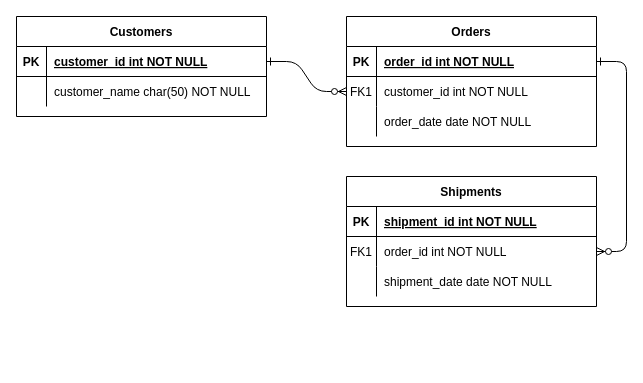
Earlier version of the draw.io diagram Documentation/Untitled Diagram.drawio (IvoRum/Ape_Beats). Source tidied: cells renumbered, new cells numbered last; positions are measured from the earlier drawing's top-left corner, leaving out a move shared by most shapes. Both pictures are drawn from the tidied source at 100%, with x=0, y=0 at pixel (16, 16).
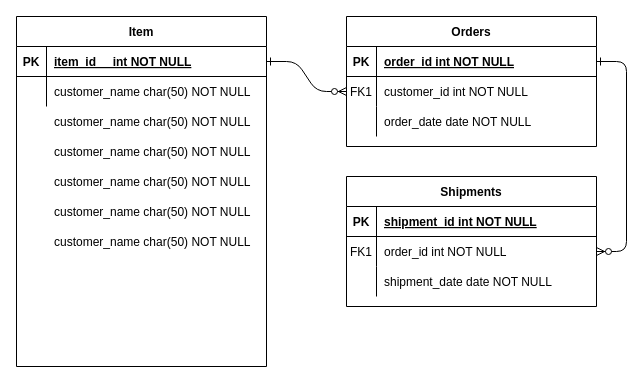
Above is the later version.

The change refers to these unchanged cells:
```xml
<mxCell id="25" style="shape=partialRectangle;fillColor=none;points=[[0,0.5],[1,0.5]];portConstraint=eastwest;top=0;left=0;right=0;bottom=1;" parent="24" vertex="1">
  <mxGeometry y="30" width="250" height="30" as="geometry" />
</mxCell>
```

What changed in the source:
```diff
@@
-    <mxCell id="24" value="Customers" style="shape=table;startSize=30;childLayout=tableLayout;rowLines=0;fontStyle=1;align=center;" parent="1" vertex="1">
-      <mxGeometry width="250" height="100" as="geometry" />
+    <mxCell id="24" value="Item" style="shape=table;startSize=30;childLayout=tableLayout;rowLines=0;fontStyle=1;align=center;" parent="1" vertex="1">
+      <mxGeometry width="250" height="350" as="geometry" />
     </mxCell>
@@
-    <mxCell id="27" value="customer_id int NOT NULL " style="shape=partialRectangle;overflow=hidden;fillColor=none;top=0;left=0;bottom=0;right=0;align=left;spacingLeft=6;fontStyle=5;" parent="25" vertex="1">
+    <mxCell id="27" value="item_id     int NOT NULL " style="shape=partialRectangle;overflow=hidden;fillColor=none;top=0;left=0;bottom=0;right=0;align=left;spacingLeft=6;fontStyle=5;" parent="25" vertex="1">
       <mxGeometry x="30" width="220" height="30" as="geometry" />
     </mxCell>
@@
+    <mxCell id="31" value="customer_name char(50) NOT NULL" style="shape=partialRectangle;overflow=hidden;fillColor=none;top=0;left=0;bottom=0;right=0;align=left;spacingLeft=6;" parent="1" vertex="1">
+      <mxGeometry x="30" y="90" width="220" height="30" as="geometry" />
+    </mxCell>
+    <mxCell id="32" value="customer_name char(50) NOT NULL" style="shape=partialRectangle;overflow=hidden;fillColor=none;top=0;left=0;bottom=0;right=0;align=left;spacingLeft=6;" parent="1" vertex="1">
+      <mxGeometry x="30" y="120" width="220" height="30" as="geometry" />
+    </mxCell>
+    <mxCell id="33" value="customer_name char(50) NOT NULL" style="shape=partialRectangle;overflow=hidden;fillColor=none;top=0;left=0;bottom=0;right=0;align=left;spacingLeft=6;" parent="1" vertex="1">
+      <mxGeometry x="30" y="150" width="220" height="30" as="geometry" />
+    </mxCell>
+    <mxCell id="34" value="customer_name char(50) NOT NULL" style="shape=partialRectangle;overflow=hidden;fillColor=none;top=0;left=0;bottom=0;right=0;align=left;spacingLeft=6;" parent="1" vertex="1">
+      <mxGeometry x="30" y="180" width="220" height="30" as="geometry" />
+    </mxCell>
+    <mxCell id="35" value="customer_name char(50) NOT NULL" style="shape=partialRectangle;overflow=hidden;fillColor=none;top=0;left=0;bottom=0;right=0;align=left;spacingLeft=6;" parent="1" vertex="1">
+      <mxGeometry x="30" y="210" width="220" height="30" as="geometry" />
+    </mxCell>
```
